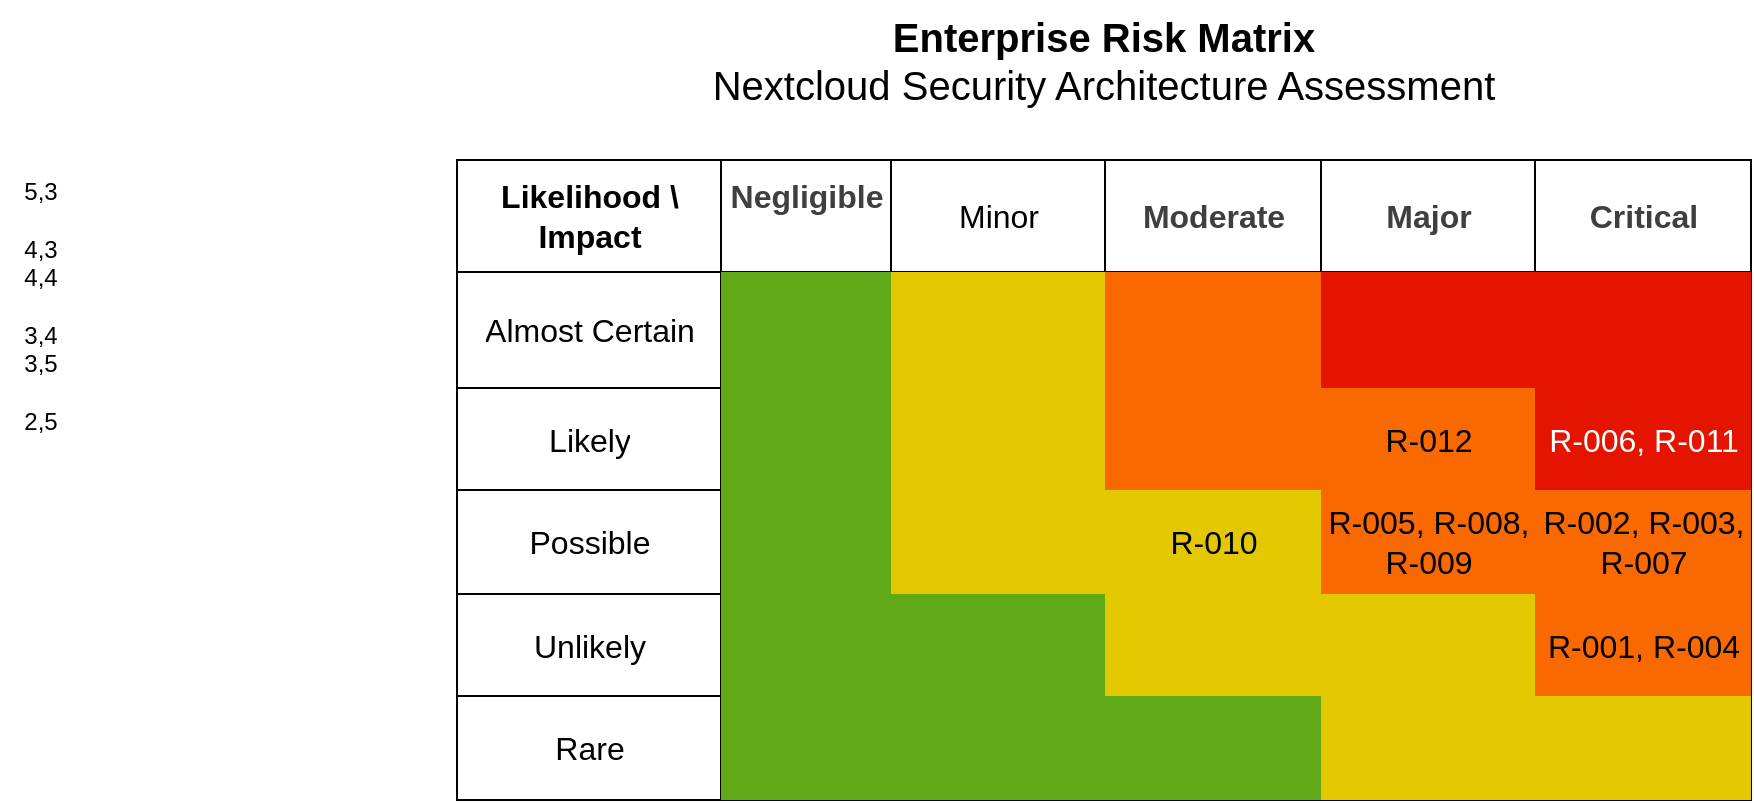
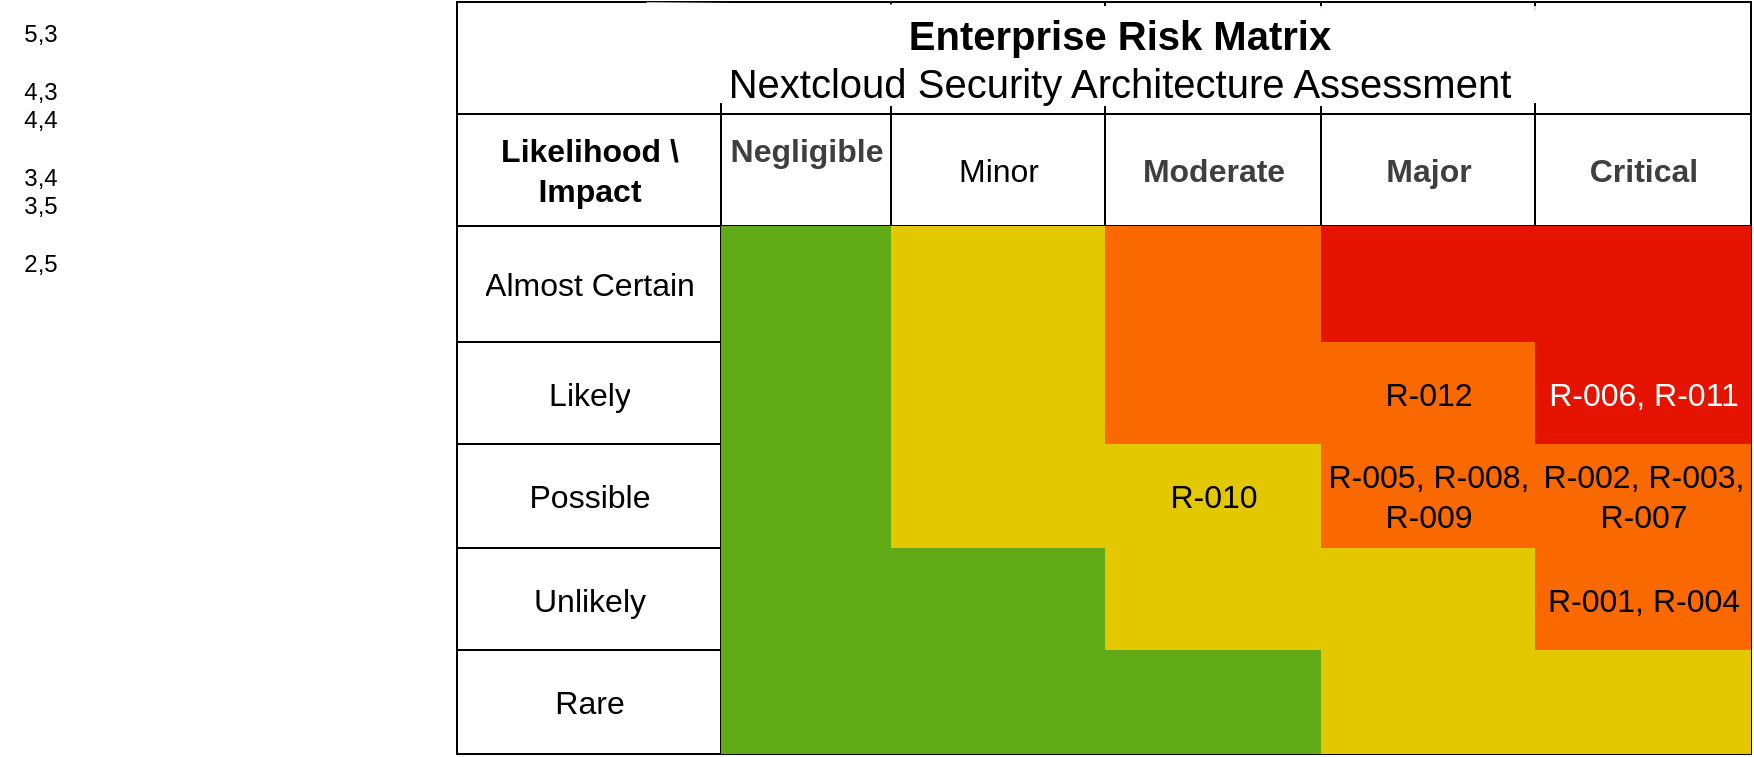
<mxfile host="65bd71144e">
    <diagram id="C80-cPyWlVA8XY4oN6SA" name="Page-1">
        <mxGraphModel dx="1080" dy="720" grid="1" gridSize="10" guides="1" tooltips="1" connect="1" arrows="1" fold="1" page="1" pageScale="1" pageWidth="1654" pageHeight="1169" math="0" shadow="0">
            <root>
                <mxCell id="0"/>
                <mxCell id="1" parent="0"/>
-                 <mxCell id="2" value="&lt;div&gt;&lt;font style=&quot;font-size: 20px;&quot; color=&quot;#000000&quot;&gt;&lt;b style=&quot;background-color: light-dark(#ffffff, var(--ge-dark-color, #121212));&quot;&gt;Enterprise Risk Matrix&lt;/b&gt;&lt;/font&gt;&lt;/div&gt;&lt;div&gt;&lt;font style=&quot;font-size: 20px; background-color: light-dark(#ffffff, var(--ge-dark-color, #121212));&quot; color=&quot;#000000&quot;&gt;Nextcloud Security Architecture Assessment&lt;/font&gt;&lt;/div&gt;" style="text;html=1;align=center;verticalAlign=middle;whiteSpace=wrap;rounded=0;fillColor=light-dark(#ffffff, #EDEDED);" vertex="1" parent="1">
-                     <mxGeometry x="357" y="40" width="470" height="60" as="geometry"/>
-                 </mxCell>
                <mxCell id="56" value="" style="edgeStyle=none;html=1;" edge="1" parent="1">
                    <mxGeometry relative="1" as="geometry">
                        <mxPoint x="550" y="285" as="sourcePoint"/>
                        <mxPoint x="550" y="285" as="targetPoint"/>
                    </mxGeometry>
                </mxCell>
                <mxCell id="101" value="" style="shape=table;startSize=0;container=1;collapsible=0;childLayout=tableLayout;fontSize=16;" vertex="1" parent="1">
-                     <mxGeometry x="268.5" y="120" width="647" height="320" as="geometry"/>
+                     <mxGeometry x="268.5" y="120" width="647" height="376" as="geometry"/>
+                 </mxCell>
+                 <mxCell id="196" style="shape=tableRow;horizontal=0;startSize=0;swimlaneHead=0;swimlaneBody=0;strokeColor=inherit;top=0;left=0;bottom=0;right=0;collapsible=0;dropTarget=0;fillColor=none;points=[[0,0.5],[1,0.5]];portConstraint=eastwest;fontSize=16;" vertex="1" parent="101">
+                     <mxGeometry width="647" height="56" as="geometry"/>
+                 </mxCell>
+                 <mxCell id="197" style="shape=partialRectangle;html=1;whiteSpace=wrap;connectable=0;strokeColor=inherit;overflow=hidden;fillColor=none;top=0;left=0;bottom=0;right=0;pointerEvents=1;fontSize=16;" vertex="1" parent="196">
+                     <mxGeometry width="132" height="56" as="geometry">
+                         <mxRectangle width="132" height="56" as="alternateBounds"/>
+                     </mxGeometry>
+                 </mxCell>
+                 <mxCell id="198" style="shape=partialRectangle;html=1;whiteSpace=wrap;connectable=0;strokeColor=inherit;overflow=hidden;fillColor=none;top=0;left=0;bottom=0;right=0;pointerEvents=1;fontSize=16;" vertex="1" parent="196">
+                     <mxGeometry x="132" width="85" height="56" as="geometry">
+                         <mxRectangle width="85" height="56" as="alternateBounds"/>
+                     </mxGeometry>
+                 </mxCell>
+                 <mxCell id="199" style="shape=partialRectangle;html=1;whiteSpace=wrap;connectable=0;strokeColor=inherit;overflow=hidden;fillColor=none;top=0;left=0;bottom=0;right=0;pointerEvents=1;fontSize=16;" vertex="1" parent="196">
+                     <mxGeometry x="217" width="107" height="56" as="geometry">
+                         <mxRectangle width="107" height="56" as="alternateBounds"/>
+                     </mxGeometry>
+                 </mxCell>
+                 <mxCell id="200" style="shape=partialRectangle;html=1;whiteSpace=wrap;connectable=0;strokeColor=inherit;overflow=hidden;fillColor=none;top=0;left=0;bottom=0;right=0;pointerEvents=1;fontSize=16;" vertex="1" parent="196">
+                     <mxGeometry x="324" width="108" height="56" as="geometry">
+                         <mxRectangle width="108" height="56" as="alternateBounds"/>
+                     </mxGeometry>
+                 </mxCell>
+                 <mxCell id="201" style="shape=partialRectangle;html=1;whiteSpace=wrap;connectable=0;strokeColor=inherit;overflow=hidden;fillColor=none;top=0;left=0;bottom=0;right=0;pointerEvents=1;fontSize=16;" vertex="1" parent="196">
+                     <mxGeometry x="432" width="107" height="56" as="geometry">
+                         <mxRectangle width="107" height="56" as="alternateBounds"/>
+                     </mxGeometry>
+                 </mxCell>
+                 <mxCell id="202" style="shape=partialRectangle;html=1;whiteSpace=wrap;connectable=0;strokeColor=inherit;overflow=hidden;fillColor=none;top=0;left=0;bottom=0;right=0;pointerEvents=1;fontSize=16;" vertex="1" parent="196">
+                     <mxGeometry x="539" width="108" height="56" as="geometry">
+                         <mxRectangle width="108" height="56" as="alternateBounds"/>
+                     </mxGeometry>
                </mxCell>
                <mxCell id="102" value="" style="shape=tableRow;horizontal=0;startSize=0;swimlaneHead=0;swimlaneBody=0;strokeColor=inherit;top=0;left=0;bottom=0;right=0;collapsible=0;dropTarget=0;fillColor=none;points=[[0,0.5],[1,0.5]];portConstraint=eastwest;fontSize=16;" vertex="1" parent="101">
-                     <mxGeometry width="647" height="56" as="geometry"/>
+                     <mxGeometry y="56" width="647" height="56" as="geometry"/>
                </mxCell>
                <mxCell id="103" value="&lt;table class=&quot;w-fit min-w-(--thread-content-width)&quot; data-end=&quot;1344&quot; data-start=&quot;973&quot;&gt;&lt;thead data-end=&quot;1058&quot; data-start=&quot;973&quot;&gt;&lt;tr data-end=&quot;1058&quot; data-start=&quot;973&quot;&gt;&lt;th class=&quot;last:pe-10&quot; data-col-size=&quot;sm&quot; data-end=&quot;996&quot; data-start=&quot;973&quot;&gt;Likelihood \ Impact&lt;/th&gt;&lt;/tr&gt;&lt;/thead&gt;&lt;/table&gt;" style="shape=partialRectangle;html=1;whiteSpace=wrap;connectable=0;strokeColor=inherit;overflow=hidden;fillColor=none;top=0;left=0;bottom=0;right=0;pointerEvents=1;fontSize=16;" vertex="1" parent="102">
                    <mxGeometry width="132" height="56" as="geometry">
                        <mxRectangle width="132" height="56" as="alternateBounds"/>
                    </mxGeometry>
                </mxCell>
                <mxCell id="104" value="&lt;span style=&quot;color: rgb(63, 63, 63); font-weight: 700;&quot;&gt;Negligible&lt;/span&gt;&lt;div&gt;&lt;span style=&quot;color: rgb(63, 63, 63); font-weight: 700;&quot;&gt;&lt;br&gt;&lt;/span&gt;&lt;/div&gt;" style="shape=partialRectangle;html=1;whiteSpace=wrap;connectable=0;strokeColor=inherit;overflow=hidden;fillColor=none;top=0;left=0;bottom=0;right=0;pointerEvents=1;fontSize=16;" vertex="1" parent="102">
                    <mxGeometry x="132" width="85" height="56" as="geometry">
                        <mxRectangle width="85" height="56" as="alternateBounds"/>
                    </mxGeometry>
                </mxCell>
                <mxCell id="105" value="Minor" style="shape=partialRectangle;html=1;whiteSpace=wrap;connectable=0;strokeColor=inherit;overflow=hidden;fillColor=none;top=0;left=0;bottom=0;right=0;pointerEvents=1;fontSize=16;" vertex="1" parent="102">
                    <mxGeometry x="217" width="107" height="56" as="geometry">
                        <mxRectangle width="107" height="56" as="alternateBounds"/>
                    </mxGeometry>
                </mxCell>
                <mxCell id="114" value="&lt;span style=&quot;color: rgb(63, 63, 63); font-weight: 700;&quot;&gt;Moderate&lt;/span&gt;" style="shape=partialRectangle;html=1;whiteSpace=wrap;connectable=0;strokeColor=inherit;overflow=hidden;fillColor=none;top=0;left=0;bottom=0;right=0;pointerEvents=1;fontSize=16;" vertex="1" parent="102">
                    <mxGeometry x="324" width="108" height="56" as="geometry">
                        <mxRectangle width="108" height="56" as="alternateBounds"/>
                    </mxGeometry>
                </mxCell>
                <mxCell id="132" value="&lt;span style=&quot;color: rgb(63, 63, 63); font-weight: 700;&quot;&gt;Major&lt;/span&gt;" style="shape=partialRectangle;html=1;whiteSpace=wrap;connectable=0;strokeColor=inherit;overflow=hidden;fillColor=none;top=0;left=0;bottom=0;right=0;pointerEvents=1;fontSize=16;" vertex="1" parent="102">
                    <mxGeometry x="432" width="107" height="56" as="geometry">
                        <mxRectangle width="107" height="56" as="alternateBounds"/>
                    </mxGeometry>
                </mxCell>
                <mxCell id="138" value="&lt;span style=&quot;color: rgb(63, 63, 63); font-weight: 700;&quot;&gt;Critical&lt;/span&gt;" style="shape=partialRectangle;html=1;whiteSpace=wrap;connectable=0;strokeColor=inherit;overflow=hidden;fillColor=none;top=0;left=0;bottom=0;right=0;pointerEvents=1;fontSize=16;" vertex="1" parent="102">
                    <mxGeometry x="539" width="108" height="56" as="geometry">
                        <mxRectangle width="108" height="56" as="alternateBounds"/>
                    </mxGeometry>
                </mxCell>
                <mxCell id="106" value="" style="shape=tableRow;horizontal=0;startSize=0;swimlaneHead=0;swimlaneBody=0;strokeColor=inherit;top=0;left=0;bottom=0;right=0;collapsible=0;dropTarget=0;fillColor=none;points=[[0,0.5],[1,0.5]];portConstraint=eastwest;fontSize=16;" vertex="1" parent="101">
-                     <mxGeometry y="56" width="647" height="58" as="geometry"/>
+                     <mxGeometry y="112" width="647" height="58" as="geometry"/>
                </mxCell>
                <mxCell id="107" value="Almost Certain" style="shape=partialRectangle;html=1;whiteSpace=wrap;connectable=0;strokeColor=inherit;overflow=hidden;fillColor=none;top=0;left=0;bottom=0;right=0;pointerEvents=1;fontSize=16;" vertex="1" parent="106">
                    <mxGeometry width="132" height="58" as="geometry">
                        <mxRectangle width="132" height="58" as="alternateBounds"/>
                    </mxGeometry>
                </mxCell>
                <mxCell id="108" value="" style="shape=partialRectangle;html=1;whiteSpace=wrap;connectable=0;strokeColor=#2D7600;overflow=hidden;fillColor=#60a917;top=0;left=0;bottom=0;right=0;pointerEvents=1;fontSize=16;fontColor=#ffffff;" vertex="1" parent="106">
                    <mxGeometry x="132" width="85" height="58" as="geometry">
                        <mxRectangle width="85" height="58" as="alternateBounds"/>
                    </mxGeometry>
                </mxCell>
                <mxCell id="109" value="" style="shape=partialRectangle;html=1;whiteSpace=wrap;connectable=0;strokeColor=#B09500;overflow=hidden;fillColor=#e3c800;top=0;left=0;bottom=0;right=0;pointerEvents=1;fontSize=16;fontColor=#000000;" vertex="1" parent="106">
                    <mxGeometry x="217" width="107" height="58" as="geometry">
                        <mxRectangle width="107" height="58" as="alternateBounds"/>
                    </mxGeometry>
                </mxCell>
                <mxCell id="115" style="shape=partialRectangle;html=1;whiteSpace=wrap;connectable=0;strokeColor=#C73500;overflow=hidden;fillColor=#fa6800;top=0;left=0;bottom=0;right=0;pointerEvents=1;fontSize=16;fontColor=#000000;" vertex="1" parent="106">
                    <mxGeometry x="324" width="108" height="58" as="geometry">
                        <mxRectangle width="108" height="58" as="alternateBounds"/>
                    </mxGeometry>
                </mxCell>
                <mxCell id="133" style="shape=partialRectangle;html=1;whiteSpace=wrap;connectable=0;strokeColor=#B20000;overflow=hidden;fillColor=#e51400;top=0;left=0;bottom=0;right=0;pointerEvents=1;fontSize=16;fontColor=#ffffff;" vertex="1" parent="106">
                    <mxGeometry x="432" width="107" height="58" as="geometry">
                        <mxRectangle width="107" height="58" as="alternateBounds"/>
                    </mxGeometry>
                </mxCell>
                <mxCell id="139" style="shape=partialRectangle;html=1;whiteSpace=wrap;connectable=0;strokeColor=#B20000;overflow=hidden;fillColor=#e51400;top=0;left=0;bottom=0;right=0;pointerEvents=1;fontSize=16;fontColor=#ffffff;" vertex="1" parent="106">
                    <mxGeometry x="539" width="108" height="58" as="geometry">
                        <mxRectangle width="108" height="58" as="alternateBounds"/>
                    </mxGeometry>
                </mxCell>
                <mxCell id="110" value="" style="shape=tableRow;horizontal=0;startSize=0;swimlaneHead=0;swimlaneBody=0;strokeColor=inherit;top=0;left=0;bottom=0;right=0;collapsible=0;dropTarget=0;fillColor=none;points=[[0,0.5],[1,0.5]];portConstraint=eastwest;fontSize=16;" vertex="1" parent="101">
-                     <mxGeometry y="114" width="647" height="51" as="geometry"/>
+                     <mxGeometry y="170" width="647" height="51" as="geometry"/>
                </mxCell>
                <mxCell id="111" value="Likely" style="shape=partialRectangle;html=1;whiteSpace=wrap;connectable=0;strokeColor=inherit;overflow=hidden;fillColor=none;top=0;left=0;bottom=0;right=0;pointerEvents=1;fontSize=16;" vertex="1" parent="110">
                    <mxGeometry width="132" height="51" as="geometry">
                        <mxRectangle width="132" height="51" as="alternateBounds"/>
                    </mxGeometry>
                </mxCell>
                <mxCell id="112" value="" style="shape=partialRectangle;html=1;whiteSpace=wrap;connectable=0;strokeColor=#2D7600;overflow=hidden;fillColor=#60a917;top=0;left=0;bottom=0;right=0;pointerEvents=1;fontSize=16;fontColor=#ffffff;" vertex="1" parent="110">
                    <mxGeometry x="132" width="85" height="51" as="geometry">
                        <mxRectangle width="85" height="51" as="alternateBounds"/>
                    </mxGeometry>
                </mxCell>
                <mxCell id="113" value="" style="shape=partialRectangle;html=1;whiteSpace=wrap;connectable=0;strokeColor=#B09500;overflow=hidden;fillColor=#e3c800;top=0;left=0;bottom=0;right=0;pointerEvents=1;fontSize=16;fontColor=#000000;" vertex="1" parent="110">
                    <mxGeometry x="217" width="107" height="51" as="geometry">
                        <mxRectangle width="107" height="51" as="alternateBounds"/>
                    </mxGeometry>
                </mxCell>
                <mxCell id="116" style="shape=partialRectangle;html=1;whiteSpace=wrap;connectable=0;strokeColor=#C73500;overflow=hidden;fillColor=#fa6800;top=0;left=0;bottom=0;right=0;pointerEvents=1;fontSize=16;fontColor=#000000;" vertex="1" parent="110">
                    <mxGeometry x="324" width="108" height="51" as="geometry">
                        <mxRectangle width="108" height="51" as="alternateBounds"/>
                    </mxGeometry>
                </mxCell>
                <mxCell id="134" value="R-012" style="shape=partialRectangle;html=1;whiteSpace=wrap;connectable=0;strokeColor=#C73500;overflow=hidden;fillColor=#fa6800;top=0;left=0;bottom=0;right=0;pointerEvents=1;fontSize=16;fontColor=#000000;" vertex="1" parent="110">
                    <mxGeometry x="432" width="107" height="51" as="geometry">
                        <mxRectangle width="107" height="51" as="alternateBounds"/>
                    </mxGeometry>
                </mxCell>
                <mxCell id="140" value="&lt;font&gt;R-006, R-011&lt;/font&gt;" style="shape=partialRectangle;html=1;whiteSpace=wrap;connectable=0;strokeColor=#B20000;overflow=hidden;fillColor=#e51400;top=0;left=0;bottom=0;right=0;pointerEvents=1;fontSize=16;fontColor=#ffffff;" vertex="1" parent="110">
                    <mxGeometry x="539" width="108" height="51" as="geometry">
                        <mxRectangle width="108" height="51" as="alternateBounds"/>
                    </mxGeometry>
                </mxCell>
                <mxCell id="127" style="shape=tableRow;horizontal=0;startSize=0;swimlaneHead=0;swimlaneBody=0;strokeColor=inherit;top=0;left=0;bottom=0;right=0;collapsible=0;dropTarget=0;fillColor=none;points=[[0,0.5],[1,0.5]];portConstraint=eastwest;fontSize=16;" vertex="1" parent="101">
-                     <mxGeometry y="165" width="647" height="52" as="geometry"/>
+                     <mxGeometry y="221" width="647" height="52" as="geometry"/>
                </mxCell>
                <mxCell id="128" value="Possible" style="shape=partialRectangle;html=1;whiteSpace=wrap;connectable=0;strokeColor=inherit;overflow=hidden;fillColor=none;top=0;left=0;bottom=0;right=0;pointerEvents=1;fontSize=16;" vertex="1" parent="127">
                    <mxGeometry width="132" height="52" as="geometry">
                        <mxRectangle width="132" height="52" as="alternateBounds"/>
                    </mxGeometry>
                </mxCell>
                <mxCell id="129" style="shape=partialRectangle;html=1;whiteSpace=wrap;connectable=0;strokeColor=#2D7600;overflow=hidden;fillColor=#60a917;top=0;left=0;bottom=0;right=0;pointerEvents=1;fontSize=16;fontColor=#ffffff;" vertex="1" parent="127">
                    <mxGeometry x="132" width="85" height="52" as="geometry">
                        <mxRectangle width="85" height="52" as="alternateBounds"/>
                    </mxGeometry>
                </mxCell>
                <mxCell id="130" style="shape=partialRectangle;html=1;whiteSpace=wrap;connectable=0;strokeColor=#B09500;overflow=hidden;fillColor=#e3c800;top=0;left=0;bottom=0;right=0;pointerEvents=1;fontSize=16;fontColor=#000000;" vertex="1" parent="127">
                    <mxGeometry x="217" width="107" height="52" as="geometry">
                        <mxRectangle width="107" height="52" as="alternateBounds"/>
                    </mxGeometry>
                </mxCell>
                <mxCell id="131" value="R-010" style="shape=partialRectangle;html=1;whiteSpace=wrap;connectable=0;strokeColor=#B09500;overflow=hidden;fillColor=#e3c800;top=0;left=0;bottom=0;right=0;pointerEvents=1;fontSize=16;fontColor=#000000;" vertex="1" parent="127">
                    <mxGeometry x="324" width="108" height="52" as="geometry">
                        <mxRectangle width="108" height="52" as="alternateBounds"/>
                    </mxGeometry>
                </mxCell>
                <mxCell id="135" value="R-005, R-008, R-009" style="shape=partialRectangle;html=1;whiteSpace=wrap;connectable=0;strokeColor=#C73500;overflow=hidden;fillColor=#fa6800;top=0;left=0;bottom=0;right=0;pointerEvents=1;fontSize=16;fontColor=#000000;" vertex="1" parent="127">
                    <mxGeometry x="432" width="107" height="52" as="geometry">
                        <mxRectangle width="107" height="52" as="alternateBounds"/>
                    </mxGeometry>
                </mxCell>
                <mxCell id="141" value="R-002, R-003, R-007" style="shape=partialRectangle;html=1;whiteSpace=wrap;connectable=0;strokeColor=#C73500;overflow=hidden;fillColor=#fa6800;top=0;left=0;bottom=0;right=0;pointerEvents=1;fontSize=16;fontColor=#000000;" vertex="1" parent="127">
                    <mxGeometry x="539" width="108" height="52" as="geometry">
                        <mxRectangle width="108" height="52" as="alternateBounds"/>
                    </mxGeometry>
                </mxCell>
                <mxCell id="122" style="shape=tableRow;horizontal=0;startSize=0;swimlaneHead=0;swimlaneBody=0;strokeColor=inherit;top=0;left=0;bottom=0;right=0;collapsible=0;dropTarget=0;fillColor=none;points=[[0,0.5],[1,0.5]];portConstraint=eastwest;fontSize=16;" vertex="1" parent="101">
-                     <mxGeometry y="217" width="647" height="51" as="geometry"/>
+                     <mxGeometry y="273" width="647" height="51" as="geometry"/>
                </mxCell>
                <mxCell id="123" value="Unlikely" style="shape=partialRectangle;html=1;whiteSpace=wrap;connectable=0;strokeColor=inherit;overflow=hidden;fillColor=none;top=0;left=0;bottom=0;right=0;pointerEvents=1;fontSize=16;" vertex="1" parent="122">
                    <mxGeometry width="132" height="51" as="geometry">
                        <mxRectangle width="132" height="51" as="alternateBounds"/>
                    </mxGeometry>
                </mxCell>
                <mxCell id="124" style="shape=partialRectangle;html=1;whiteSpace=wrap;connectable=0;strokeColor=#2D7600;overflow=hidden;fillColor=#60a917;top=0;left=0;bottom=0;right=0;pointerEvents=1;fontSize=16;fontColor=#ffffff;" vertex="1" parent="122">
                    <mxGeometry x="132" width="85" height="51" as="geometry">
                        <mxRectangle width="85" height="51" as="alternateBounds"/>
                    </mxGeometry>
                </mxCell>
                <mxCell id="125" style="shape=partialRectangle;html=1;whiteSpace=wrap;connectable=0;strokeColor=#2D7600;overflow=hidden;fillColor=#60a917;top=0;left=0;bottom=0;right=0;pointerEvents=1;fontSize=16;fontColor=#ffffff;" vertex="1" parent="122">
                    <mxGeometry x="217" width="107" height="51" as="geometry">
                        <mxRectangle width="107" height="51" as="alternateBounds"/>
                    </mxGeometry>
                </mxCell>
                <mxCell id="126" style="shape=partialRectangle;html=1;whiteSpace=wrap;connectable=0;strokeColor=#B09500;overflow=hidden;fillColor=#e3c800;top=0;left=0;bottom=0;right=0;pointerEvents=1;fontSize=16;fontColor=#000000;" vertex="1" parent="122">
                    <mxGeometry x="324" width="108" height="51" as="geometry">
                        <mxRectangle width="108" height="51" as="alternateBounds"/>
                    </mxGeometry>
                </mxCell>
                <mxCell id="136" style="shape=partialRectangle;html=1;whiteSpace=wrap;connectable=0;strokeColor=#B09500;overflow=hidden;fillColor=#e3c800;top=0;left=0;bottom=0;right=0;pointerEvents=1;fontSize=16;fontColor=#000000;" vertex="1" parent="122">
                    <mxGeometry x="432" width="107" height="51" as="geometry">
                        <mxRectangle width="107" height="51" as="alternateBounds"/>
                    </mxGeometry>
                </mxCell>
                <mxCell id="142" value="R-001, R-004" style="shape=partialRectangle;html=1;whiteSpace=wrap;connectable=0;strokeColor=#C73500;overflow=hidden;fillColor=#fa6800;top=0;left=0;bottom=0;right=0;pointerEvents=1;fontSize=16;fontColor=#000000;" vertex="1" parent="122">
                    <mxGeometry x="539" width="108" height="51" as="geometry">
                        <mxRectangle width="108" height="51" as="alternateBounds"/>
                    </mxGeometry>
                </mxCell>
                <mxCell id="117" style="shape=tableRow;horizontal=0;startSize=0;swimlaneHead=0;swimlaneBody=0;strokeColor=inherit;top=0;left=0;bottom=0;right=0;collapsible=0;dropTarget=0;fillColor=none;points=[[0,0.5],[1,0.5]];portConstraint=eastwest;fontSize=16;" vertex="1" parent="101">
-                     <mxGeometry y="268" width="647" height="52" as="geometry"/>
+                     <mxGeometry y="324" width="647" height="52" as="geometry"/>
                </mxCell>
                <mxCell id="118" value="Rare" style="shape=partialRectangle;html=1;whiteSpace=wrap;connectable=0;strokeColor=inherit;overflow=hidden;fillColor=none;top=0;left=0;bottom=0;right=0;pointerEvents=1;fontSize=16;" vertex="1" parent="117">
                    <mxGeometry width="132" height="52" as="geometry">
                        <mxRectangle width="132" height="52" as="alternateBounds"/>
                    </mxGeometry>
                </mxCell>
                <mxCell id="119" style="shape=partialRectangle;html=1;whiteSpace=wrap;connectable=0;strokeColor=#2D7600;overflow=hidden;fillColor=#60a917;top=0;left=0;bottom=0;right=0;pointerEvents=1;fontSize=16;fontColor=#ffffff;" vertex="1" parent="117">
                    <mxGeometry x="132" width="85" height="52" as="geometry">
                        <mxRectangle width="85" height="52" as="alternateBounds"/>
                    </mxGeometry>
                </mxCell>
                <mxCell id="120" style="shape=partialRectangle;html=1;whiteSpace=wrap;connectable=0;strokeColor=#2D7600;overflow=hidden;fillColor=#60a917;top=0;left=0;bottom=0;right=0;pointerEvents=1;fontSize=16;fontColor=#ffffff;" vertex="1" parent="117">
                    <mxGeometry x="217" width="107" height="52" as="geometry">
                        <mxRectangle width="107" height="52" as="alternateBounds"/>
                    </mxGeometry>
                </mxCell>
                <mxCell id="121" style="shape=partialRectangle;html=1;whiteSpace=wrap;connectable=0;strokeColor=#2D7600;overflow=hidden;fillColor=#60a917;top=0;left=0;bottom=0;right=0;pointerEvents=1;fontSize=16;fontColor=#ffffff;" vertex="1" parent="117">
                    <mxGeometry x="324" width="108" height="52" as="geometry">
                        <mxRectangle width="108" height="52" as="alternateBounds"/>
                    </mxGeometry>
                </mxCell>
                <mxCell id="137" style="shape=partialRectangle;html=1;whiteSpace=wrap;connectable=0;strokeColor=#B09500;overflow=hidden;fillColor=#e3c800;top=0;left=0;bottom=0;right=0;pointerEvents=1;fontSize=16;fontColor=#000000;" vertex="1" parent="117">
                    <mxGeometry x="432" width="107" height="52" as="geometry">
                        <mxRectangle width="107" height="52" as="alternateBounds"/>
                    </mxGeometry>
                </mxCell>
                <mxCell id="143" style="shape=partialRectangle;html=1;whiteSpace=wrap;connectable=0;strokeColor=#B09500;overflow=hidden;fillColor=#e3c800;top=0;left=0;bottom=0;right=0;pointerEvents=1;fontSize=16;fontColor=#000000;" vertex="1" parent="117">
                    <mxGeometry x="539" width="108" height="52" as="geometry">
                        <mxRectangle width="108" height="52" as="alternateBounds"/>
                    </mxGeometry>
+                 </mxCell>
+                 <mxCell id="2" value="&lt;div&gt;&lt;font style=&quot;font-size: 20px;&quot; color=&quot;#000000&quot;&gt;&lt;b style=&quot;background-color: light-dark(#ffffff, var(--ge-dark-color, #121212));&quot;&gt;Enterprise Risk Matrix&lt;/b&gt;&lt;/font&gt;&lt;/div&gt;&lt;div&gt;&lt;font style=&quot;font-size: 20px; background-color: light-dark(#ffffff, var(--ge-dark-color, #121212));&quot; color=&quot;#000000&quot;&gt;Nextcloud Security Architecture Assessment&lt;/font&gt;&lt;/div&gt;" style="text;html=1;align=center;verticalAlign=middle;whiteSpace=wrap;rounded=0;fillColor=default;noLabel=0;backgroundOutline=1;glass=1;sketch=1;curveFitting=1;jiggle=2;shadow=0;" vertex="1" parent="1">
+                     <mxGeometry x="360" y="123" width="480" height="50" as="geometry"/>
                </mxCell>
                <mxCell id="144" value="&lt;div&gt;&lt;font color=&quot;#000000&quot;&gt;5,3&lt;/font&gt;&lt;/div&gt;&lt;div&gt;&lt;font color=&quot;#000000&quot;&gt;&lt;br&gt;&lt;/font&gt;&lt;/div&gt;&lt;div&gt;&lt;font color=&quot;#000000&quot;&gt;4,3&lt;/font&gt;&lt;/div&gt;&lt;div&gt;&lt;font color=&quot;#000000&quot;&gt;4,4&lt;/font&gt;&lt;/div&gt;&lt;div&gt;&lt;font color=&quot;#000000&quot;&gt;&lt;br&gt;&lt;/font&gt;&lt;/div&gt;&lt;div&gt;&lt;font color=&quot;#000000&quot;&gt;3,4&lt;/font&gt;&lt;/div&gt;&lt;div&gt;&lt;font color=&quot;#000000&quot;&gt;3,5&lt;/font&gt;&lt;/div&gt;&lt;div&gt;&lt;font color=&quot;#000000&quot;&gt;&lt;br&gt;&lt;/font&gt;&lt;/div&gt;&lt;div&gt;&lt;font color=&quot;#000000&quot;&gt;2,5&lt;/font&gt;&lt;/div&gt;" style="text;html=1;align=center;verticalAlign=middle;resizable=0;points=[];autosize=1;strokeColor=none;fillColor=none;" vertex="1" parent="1">
                    <mxGeometry x="40" y="123" width="40" height="140" as="geometry"/>
                </mxCell>
            </root>
        </mxGraphModel>
    </diagram>
</mxfile>